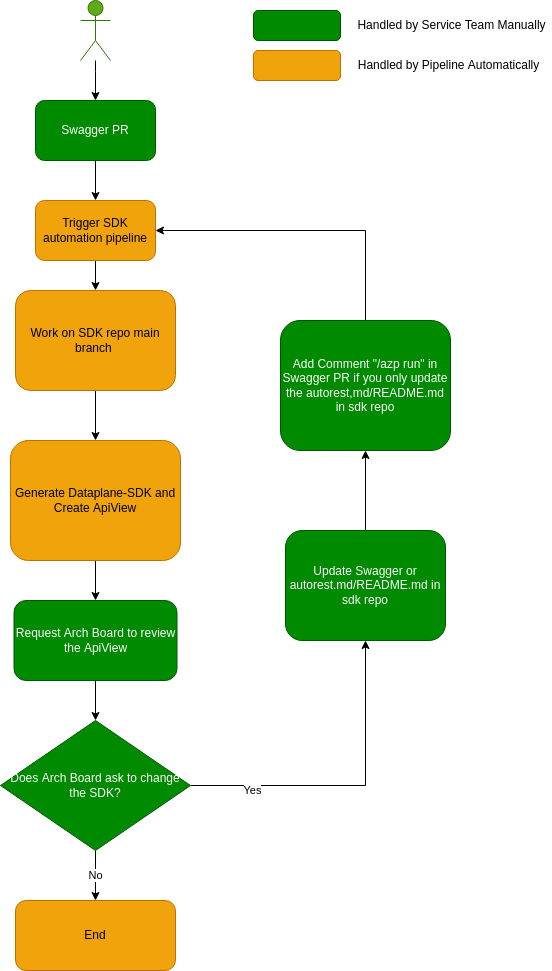
Earlier version of the draw.io export documentation/onboard-dpg-in-sdkautomation/workflow-exist-sdk.drawio.png (Azure/azure-rest-api-specs). Source tidied: cells renumbered, new cells last; positions are measured from the earlier drawing's top-left corner, leaving out a move shared by most shapes.
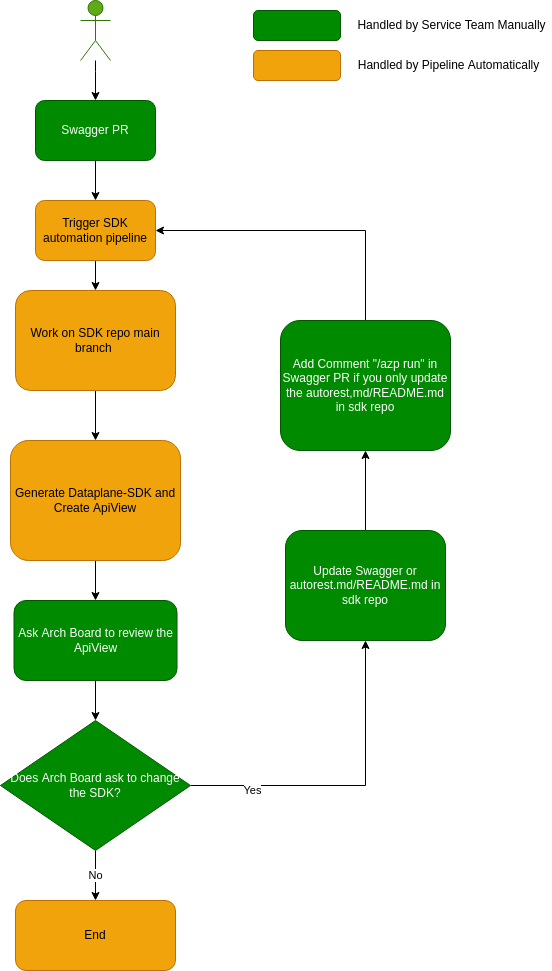
After the change.

Commit message:
dpg sdk automation doc

What changed in the source:
```diff
@@ -50,7 +50,7 @@
     <mxCell id="17" style="edgeStyle=orthogonalEdgeStyle;rounded=0;jettySize=auto;html=1;exitX=0.5;exitY=1;exitDx=0;exitDy=0;entryX=0.5;entryY=0;entryDx=0;entryDy=0;" parent="1" edge="1" source="18" target="22">
       <mxGeometry relative="1" as="geometry" />
     </mxCell>
-    <mxCell id="18" value="Request Arch Board to review the ApiView" style="rounded=1;whiteSpace=wrap;html=1;fillColor=#008a00;fontColor=#ffffff;strokeColor=#005700;" parent="1" vertex="1">
+    <mxCell id="18" value="Ask Arch Board to review the ApiView" style="rounded=1;whiteSpace=wrap;html=1;fillColor=#008a00;fontColor=#ffffff;strokeColor=#005700;" parent="1" vertex="1">
       <mxGeometry x="13.5" y="600" width="163" height="80" as="geometry" />
     </mxCell>
     <mxCell id="19" value="No" style="edgeStyle=orthogonalEdgeStyle;rounded=0;jettySize=auto;html=1;exitX=0.5;exitY=1;exitDx=0;exitDy=0;entryX=0.5;entryY=0;entryDx=0;entryDy=0;" parent="1" edge="1" source="22" target="8">
```
